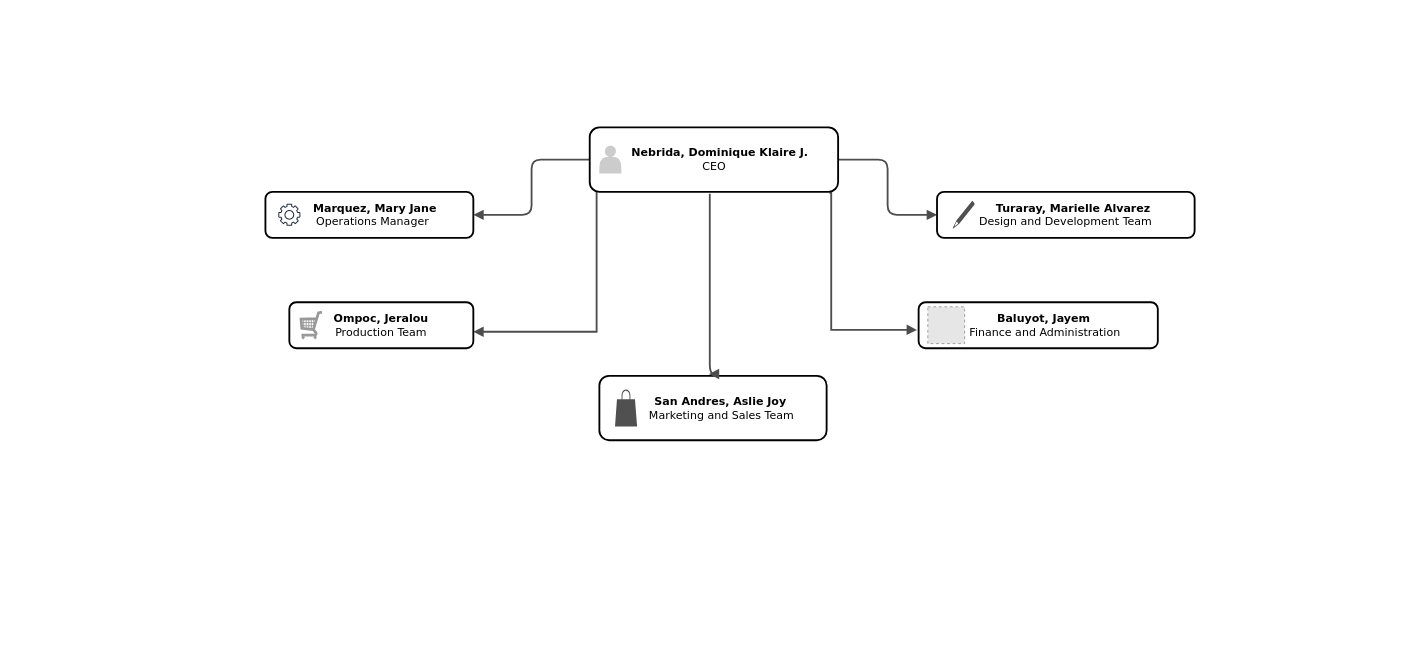
Above: .drawio in WaffleWallet14/SchemaERD (draw.io), before the change. Source tidied: cells renumbered, new cells numbered last; positions are measured from the earlier drawing's top-left corner, leaving out a move shared by most shapes. Both pictures are drawn from the tidied source at 92%, with x=0, y=0 at pixel (265, 127). Pictures stored in the file or linked from it are replaced by grey dashed boxes.
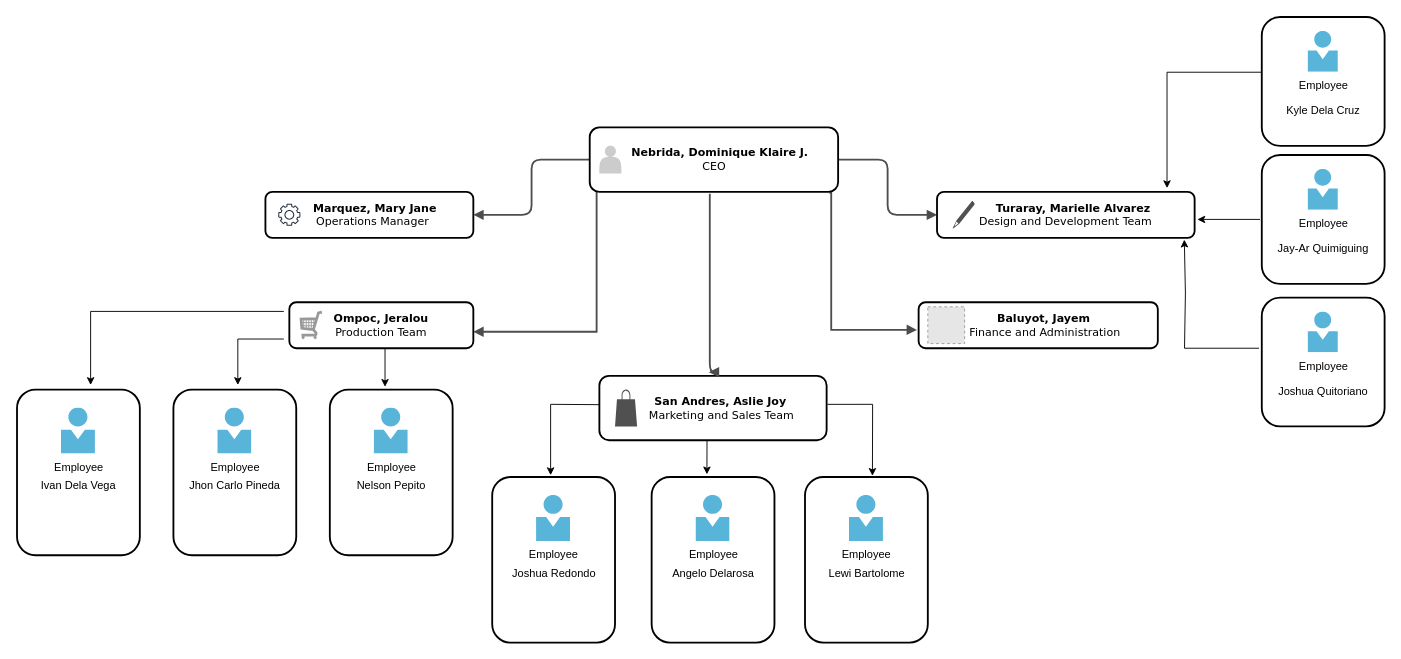
The same page after the edit.

Unchanged cells that the change refers to:
```xml
<mxCell id="8" value="&lt;div&gt;&lt;span&gt;&lt;div&gt;&amp;nbsp; &amp;nbsp; &amp;nbsp;San Andres, Aslie Joy&amp;nbsp;&lt;/div&gt;&lt;div&gt;&lt;span style=&quot;background-color: initial; font-weight: normal;&quot;&gt;&amp;nbsp; &amp;nbsp; &amp;nbsp;Marketing and Sales Team&lt;/span&gt;&lt;br&gt;&lt;/div&gt;&lt;/span&gt;&lt;/div&gt;" style="whiteSpace=wrap;html=1;rounded=1;shadow=0;comic=0;strokeWidth=2;fontFamily=Verdana;align=center;fontSize=12;fontStyle=1;" parent="1" vertex="1">
  <mxGeometry x="363" y="270" width="247" height="70" as="geometry" />
</mxCell>
<mxCell id="10" value="&amp;nbsp; &amp;nbsp; Turaray, Marielle Alvarez&lt;div&gt;&lt;span style=&quot;font-weight: normal;&quot;&gt;Design and Development Team&lt;/span&gt;&lt;br&gt;&lt;/div&gt;" style="whiteSpace=wrap;html=1;rounded=1;shadow=0;comic=0;strokeWidth=2;fontFamily=Verdana;align=center;fontSize=12;fontStyle=1;" parent="1" vertex="1">
  <mxGeometry x="730" y="70" width="280" height="50" as="geometry" />
</mxCell>
```

Change to the diagram source:
```diff
@@
+    <mxCell id="19" value="&lt;div&gt;&lt;span&gt;&lt;div&gt;&lt;br&gt;&lt;/div&gt;&lt;/span&gt;&lt;/div&gt;" style="whiteSpace=wrap;html=1;rounded=1;shadow=0;comic=0;strokeWidth=2;fontFamily=Verdana;align=center;fontSize=12;fontStyle=1;" parent="1" vertex="1">
+      <mxGeometry x="70" y="285" width="133.5" height="180" as="geometry" />
+    </mxCell>
@@
     <mxCell id="18" style="edgeStyle=elbowEdgeStyle;rounded=1;html=1;labelBackgroundColor=none;endArrow=block;endFill=1;strokeColor=#4D4D4D;strokeWidth=2;fontFamily=Verdana;fontSize=10;" parent="1" edge="1">
       <mxGeometry relative="1" as="geometry">
         <mxPoint x="483" y="72" as="sourcePoint" />
-        <mxPoint x="482" y="268" as="targetPoint" />
+        <mxPoint x="482" y="266" as="targetPoint" />
       </mxGeometry>
     </mxCell>
+    <mxCell id="20" style="group;" parent="1" vertex="1">
+      <mxGeometry x="586.5" y="380" width="133.5" height="180" as="geometry" />
+    </mxCell>
+    <mxCell id="21" value="&lt;div&gt;&lt;span&gt;&lt;div&gt;&lt;br&gt;&lt;/div&gt;&lt;/span&gt;&lt;/div&gt;" style="whiteSpace=wrap;html=1;rounded=1;shadow=0;comic=0;strokeWidth=2;fontFamily=Verdana;align=center;fontSize=12;fontStyle=1;" parent="20" vertex="1">
+      <mxGeometry width="133.5" height="180" as="geometry" />
+    </mxCell>
+    <mxCell id="22" value="Lewi Bartolome" style="text;html=1;strokeColor=none;fillColor=none;align=center;verticalAlign=middle;whiteSpace=wrap;rounded=0;" parent="20" vertex="1">
+      <mxGeometry x="16" y="90" width="101.5" height="30" as="geometry" />
+    </mxCell>
+    <mxCell id="23" value="Employee&lt;br&gt;" style="text;html=1;align=center;verticalAlign=middle;strokeColor=none;fillColor=none;" parent="20" vertex="1">
+      <mxGeometry x="26.8" y="70" width="80" height="30" as="geometry" />
+    </mxCell>
+    <mxCell id="24" style="image;sketch=0;html=1;align=center;fontSize=12;image=img/lib/mscae/Person.svg;" parent="20" vertex="1">
+      <mxGeometry x="48.2" y="20" width="37" height="50" as="geometry" />
+    </mxCell>
+    <mxCell id="25" style="group;" parent="1" vertex="1">
+      <mxGeometry x="419.8" y="380" width="133.5" height="180" as="geometry" />
+    </mxCell>
+    <mxCell id="26" value="&lt;div&gt;&lt;span&gt;&lt;div&gt;&lt;br&gt;&lt;/div&gt;&lt;/span&gt;&lt;/div&gt;" style="whiteSpace=wrap;html=1;rounded=1;shadow=0;comic=0;strokeWidth=2;fontFamily=Verdana;align=center;fontSize=12;fontStyle=1;" parent="25" vertex="1">
+      <mxGeometry width="133.5" height="180" as="geometry" />
+    </mxCell>
+    <mxCell id="27" value="Angelo Delarosa" style="text;html=1;strokeColor=none;fillColor=none;align=center;verticalAlign=middle;whiteSpace=wrap;rounded=0;" parent="25" vertex="1">
+      <mxGeometry x="16" y="90" width="101.5" height="30" as="geometry" />
+    </mxCell>
+    <mxCell id="28" value="Employee&lt;br&gt;" style="text;html=1;align=center;verticalAlign=middle;strokeColor=none;fillColor=none;" parent="25" vertex="1">
+      <mxGeometry x="26.8" y="70" width="80" height="30" as="geometry" />
+    </mxCell>
+    <mxCell id="29" style="image;sketch=0;html=1;align=center;fontSize=12;image=img/lib/mscae/Person.svg;" parent="25" vertex="1">
+      <mxGeometry x="48.2" y="20" width="37" height="50" as="geometry" />
+    </mxCell>
+    <mxCell id="30" style="group;" parent="1" vertex="1">
+      <mxGeometry x="246.5" y="380" width="133.5" height="180" as="geometry" />
+    </mxCell>
+    <mxCell id="31" value="&lt;div&gt;&lt;span&gt;&lt;div&gt;&lt;br&gt;&lt;/div&gt;&lt;/span&gt;&lt;/div&gt;" style="whiteSpace=wrap;html=1;rounded=1;shadow=0;comic=0;strokeWidth=2;fontFamily=Verdana;align=center;fontSize=12;fontStyle=1;" parent="30" vertex="1">
+      <mxGeometry width="133.5" height="180" as="geometry" />
+    </mxCell>
+    <mxCell id="32" value="Joshua Redondo" style="text;html=1;strokeColor=none;fillColor=none;align=center;verticalAlign=middle;whiteSpace=wrap;rounded=0;" parent="30" vertex="1">
+      <mxGeometry x="16" y="90" width="101.5" height="30" as="geometry" />
+    </mxCell>
+    <mxCell id="33" value="Employee&lt;br&gt;" style="text;html=1;align=center;verticalAlign=middle;strokeColor=none;fillColor=none;" parent="30" vertex="1">
+      <mxGeometry x="26.8" y="70" width="80" height="30" as="geometry" />
+    </mxCell>
+    <mxCell id="34" style="image;sketch=0;html=1;align=center;fontSize=12;image=img/lib/mscae/Person.svg;" parent="30" vertex="1">
+      <mxGeometry x="48.2" y="20" width="37" height="50" as="geometry" />
+    </mxCell>
+    <mxCell id="35" style="endArrow=classic;html=1;rounded=0;exitX=-0.002;exitY=0.448;exitDx=0;exitDy=0;exitPerimeter=0;" parent="1" edge="1" source="8">
+      <mxGeometry relative="1" as="geometry">
+        <mxPoint x="310" y="378" as="targetPoint" />
+        <Array as="points">
+          <mxPoint x="310" y="301" />
+        </Array>
+      </mxGeometry>
+    </mxCell>
+    <mxCell id="36" style="endArrow=classic;html=1;rounded=0;exitX=1.004;exitY=0.443;exitDx=0;exitDy=0;exitPerimeter=0;entryX=0.549;entryY=-0.007;entryDx=0;entryDy=0;entryPerimeter=0;" parent="1" edge="1" source="8" target="21">
+      <mxGeometry relative="1" as="geometry">
+        <Array as="points">
+          <mxPoint x="660" y="301" />
+        </Array>
+      </mxGeometry>
+    </mxCell>
+    <mxCell id="37" style="endArrow=classic;html=1;rounded=0;exitX=0.493;exitY=1.045;exitDx=0;exitDy=0;exitPerimeter=0;entryX=0.45;entryY=-0.016;entryDx=0;entryDy=0;entryPerimeter=0;" parent="1" edge="1" target="26">
+      <mxGeometry relative="1" as="geometry">
+        <mxPoint x="480" y="340" as="sourcePoint" />
+      </mxGeometry>
+    </mxCell>
+    <mxCell id="38" style="group;" parent="1" vertex="1">
+      <mxGeometry x="-270" y="285" width="133.5" height="180" as="geometry" />
+    </mxCell>
+    <mxCell id="39" value="&lt;div&gt;&lt;span&gt;&lt;div&gt;&lt;br&gt;&lt;/div&gt;&lt;/span&gt;&lt;/div&gt;" style="whiteSpace=wrap;html=1;rounded=1;shadow=0;comic=0;strokeWidth=2;fontFamily=Verdana;align=center;fontSize=12;fontStyle=1;" parent="38" vertex="1">
+      <mxGeometry width="133.5" height="180" as="geometry" />
+    </mxCell>
+    <mxCell id="40" value="Ivan Dela Vega" style="text;html=1;strokeColor=none;fillColor=none;align=center;verticalAlign=middle;whiteSpace=wrap;rounded=0;" parent="38" vertex="1">
+      <mxGeometry x="16" y="90" width="101.5" height="30" as="geometry" />
+    </mxCell>
+    <mxCell id="41" value="Employee&lt;br&gt;" style="text;html=1;align=center;verticalAlign=middle;strokeColor=none;fillColor=none;" parent="38" vertex="1">
+      <mxGeometry x="26.8" y="70" width="80" height="30" as="geometry" />
+    </mxCell>
+    <mxCell id="42" style="image;sketch=0;html=1;align=center;fontSize=12;image=img/lib/mscae/Person.svg;" parent="38" vertex="1">
+      <mxGeometry x="48.2" y="20" width="37" height="50" as="geometry" />
+    </mxCell>
+    <mxCell id="43" style="group;" parent="1" vertex="1">
+      <mxGeometry x="-100" y="285" width="133.5" height="180" as="geometry" />
+    </mxCell>
+    <mxCell id="44" value="&lt;div&gt;&lt;span&gt;&lt;div&gt;&lt;br&gt;&lt;/div&gt;&lt;/span&gt;&lt;/div&gt;" style="whiteSpace=wrap;html=1;rounded=1;shadow=0;comic=0;strokeWidth=2;fontFamily=Verdana;align=center;fontSize=12;fontStyle=1;" parent="43" vertex="1">
+      <mxGeometry width="133.5" height="180" as="geometry" />
+    </mxCell>
+    <mxCell id="45" value="Jhon Carlo Pineda" style="text;html=1;strokeColor=none;fillColor=none;align=center;verticalAlign=middle;whiteSpace=wrap;rounded=0;" parent="43" vertex="1">
+      <mxGeometry x="16" y="90" width="101.5" height="30" as="geometry" />
+    </mxCell>
+    <mxCell id="46" value="Employee&lt;br&gt;" style="text;html=1;align=center;verticalAlign=middle;strokeColor=none;fillColor=none;" parent="43" vertex="1">
+      <mxGeometry x="26.8" y="70" width="80" height="30" as="geometry" />
+    </mxCell>
+    <mxCell id="47" style="image;sketch=0;html=1;align=center;fontSize=12;image=img/lib/mscae/Person.svg;" parent="43" vertex="1">
+      <mxGeometry x="48.2" y="20" width="37" height="50" as="geometry" />
+    </mxCell>
+    <mxCell id="48" style="group;" parent="1" vertex="1">
+      <mxGeometry x="70" y="285" width="133.5" height="180" as="geometry" />
+    </mxCell>
+    <mxCell id="49" value="Nelson Pepito" style="text;html=1;strokeColor=none;fillColor=none;align=center;verticalAlign=middle;whiteSpace=wrap;rounded=0;" parent="48" vertex="1">
+      <mxGeometry x="16" y="90" width="101.5" height="30" as="geometry" />
+    </mxCell>
+    <mxCell id="50" value="Employee&lt;br&gt;" style="text;html=1;align=center;verticalAlign=middle;strokeColor=none;fillColor=none;" parent="48" vertex="1">
+      <mxGeometry x="26.8" y="70" width="80" height="30" as="geometry" />
+    </mxCell>
+    <mxCell id="51" style="image;sketch=0;html=1;align=center;fontSize=12;image=img/lib/mscae/Person.svg;" parent="48" vertex="1">
+      <mxGeometry x="48.2" y="20" width="37" height="50" as="geometry" />
+    </mxCell>
+    <mxCell id="52" style="group;" parent="1" vertex="1">
+      <mxGeometry x="1083" y="30" width="133.5" height="140" as="geometry" />
+    </mxCell>
+    <mxCell id="53" value="&lt;div&gt;&lt;span&gt;&lt;div&gt;&lt;br&gt;&lt;/div&gt;&lt;/span&gt;&lt;/div&gt;" style="whiteSpace=wrap;html=1;rounded=1;shadow=0;comic=0;strokeWidth=2;fontFamily=Verdana;align=center;fontSize=12;fontStyle=1;" parent="52" vertex="1">
+      <mxGeometry width="133.5" height="140" as="geometry" />
+    </mxCell>
+    <mxCell id="54" value="Jay-Ar Quimiguing" style="text;html=1;strokeColor=none;fillColor=none;align=center;verticalAlign=middle;whiteSpace=wrap;rounded=0;" parent="52" vertex="1">
+      <mxGeometry x="16" y="90" width="101.5" height="23.3" as="geometry" />
+    </mxCell>
+    <mxCell id="55" style="image;sketch=0;html=1;align=center;fontSize=12;image=img/lib/mscae/Person.svg;" parent="52" vertex="1">
+      <mxGeometry x="50.3" y="15.6" width="32.9" height="44.4" as="geometry" />
+    </mxCell>
+    <mxCell id="56" value="Employee&lt;br&gt;" style="text;html=1;align=center;verticalAlign=middle;strokeColor=none;fillColor=none;" parent="52" vertex="1">
+      <mxGeometry x="26.8" y="60" width="80" height="30" as="geometry" />
+    </mxCell>
+    <mxCell id="57" style="endArrow=classic;html=1;rounded=0;" parent="52" edge="1">
+      <mxGeometry relative="1" as="geometry">
+        <mxPoint x="-2" y="70" as="sourcePoint" />
+        <mxPoint x="-70" y="70" as="targetPoint" />
+      </mxGeometry>
+    </mxCell>
+    <mxCell id="58" style="endArrow=classic;html=1;rounded=0;" parent="1" edge="1">
+      <mxGeometry relative="1" as="geometry">
+        <mxPoint x="20" y="200" as="sourcePoint" />
+        <mxPoint x="-190" y="280" as="targetPoint" />
+        <Array as="points">
+          <mxPoint x="-190" y="200" />
+        </Array>
+      </mxGeometry>
+    </mxCell>
+    <mxCell id="59" style="endArrow=classic;html=1;rounded=0;" parent="1" edge="1">
+      <mxGeometry relative="1" as="geometry">
+        <mxPoint x="130" y="240" as="sourcePoint" />
+        <mxPoint x="130" y="282" as="targetPoint" />
+      </mxGeometry>
+    </mxCell>
+    <mxCell id="60" style="endArrow=classic;html=1;rounded=0;" parent="1" edge="1">
+      <mxGeometry relative="1" as="geometry">
+        <mxPoint x="20" y="230" as="sourcePoint" />
+        <mxPoint x="-30" y="280" as="targetPoint" />
+        <Array as="points">
+          <mxPoint x="-30" y="230" />
+        </Array>
+      </mxGeometry>
+    </mxCell>
+    <mxCell id="61" style="group;" parent="1" vertex="1">
+      <mxGeometry x="1083" y="-120" width="133.5" height="140" as="geometry" />
+    </mxCell>
+    <mxCell id="62" value="&lt;div&gt;&lt;span&gt;&lt;div&gt;&lt;br&gt;&lt;/div&gt;&lt;/span&gt;&lt;/div&gt;" style="whiteSpace=wrap;html=1;rounded=1;shadow=0;comic=0;strokeWidth=2;fontFamily=Verdana;align=center;fontSize=12;fontStyle=1;" parent="61" vertex="1">
+      <mxGeometry width="133.5" height="140" as="geometry" />
+    </mxCell>
+    <mxCell id="63" value="Kyle Dela Cruz" style="text;html=1;strokeColor=none;fillColor=none;align=center;verticalAlign=middle;whiteSpace=wrap;rounded=0;" parent="61" vertex="1">
+      <mxGeometry x="16" y="90" width="101.5" height="23.3" as="geometry" />
+    </mxCell>
+    <mxCell id="64" style="image;sketch=0;html=1;align=center;fontSize=12;image=img/lib/mscae/Person.svg;" parent="61" vertex="1">
+      <mxGeometry x="50.3" y="15.6" width="32.9" height="44.4" as="geometry" />
+    </mxCell>
+    <mxCell id="65" value="Employee&lt;br&gt;" style="text;html=1;align=center;verticalAlign=middle;strokeColor=none;fillColor=none;" parent="61" vertex="1">
+      <mxGeometry x="26.8" y="60" width="80" height="30" as="geometry" />
+    </mxCell>
+    <mxCell id="66" style="group;" parent="1" vertex="1">
+      <mxGeometry x="1083" y="185" width="133.5" height="140" as="geometry" />
+    </mxCell>
+    <mxCell id="67" value="&lt;div&gt;&lt;span&gt;&lt;div&gt;&lt;br&gt;&lt;/div&gt;&lt;/span&gt;&lt;/div&gt;" style="whiteSpace=wrap;html=1;rounded=1;shadow=0;comic=0;strokeWidth=2;fontFamily=Verdana;align=center;fontSize=12;fontStyle=1;" parent="66" vertex="1">
+      <mxGeometry width="133.5" height="140" as="geometry" />
+    </mxCell>
+    <mxCell id="68" value="Joshua Quitoriano" style="text;html=1;strokeColor=none;fillColor=none;align=center;verticalAlign=middle;whiteSpace=wrap;rounded=0;" parent="66" vertex="1">
+      <mxGeometry x="16" y="90" width="101.5" height="23.3" as="geometry" />
+    </mxCell>
+    <mxCell id="69" style="image;sketch=0;html=1;align=center;fontSize=12;image=img/lib/mscae/Person.svg;" parent="66" vertex="1">
+      <mxGeometry x="50.3" y="15.6" width="32.9" height="44.4" as="geometry" />
+    </mxCell>
+    <mxCell id="70" value="Employee&lt;br&gt;" style="text;html=1;align=center;verticalAlign=middle;strokeColor=none;fillColor=none;" parent="66" vertex="1">
+      <mxGeometry x="26.8" y="60" width="80" height="30" as="geometry" />
+    </mxCell>
+    <mxCell id="71" style="endArrow=classic;html=1;rounded=0;entryX=0.96;entryY=1.039;entryDx=0;entryDy=0;entryPerimeter=0;" parent="66" edge="1" target="10">
+      <mxGeometry relative="1" as="geometry">
+        <mxPoint x="-3" y="55" as="sourcePoint" />
+        <Array as="points">
+          <mxPoint x="-84" y="55" />
+          <mxPoint x="-83" y="-5" />
+        </Array>
+      </mxGeometry>
+    </mxCell>
+    <mxCell id="72" style="endArrow=classic;html=1;rounded=0;" parent="1" edge="1">
+      <mxGeometry relative="1" as="geometry">
+        <mxPoint x="1083" y="-60" as="sourcePoint" />
+        <mxPoint x="980" y="66" as="targetPoint" />
+        <Array as="points">
+          <mxPoint x="980" y="-60" />
+        </Array>
+      </mxGeometry>
+    </mxCell>
```
